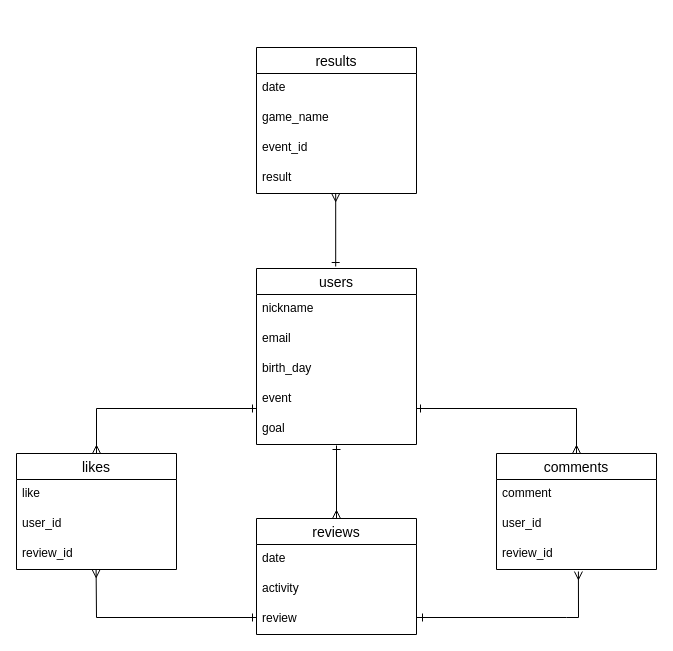
Before: original.dio in yuyunaginagi/original-40237, a draw.io diagram. Source tidied: cells renumbered, new cells numbered last; positions are measured from the earlier drawing's top-left corner, leaving out a move shared by most shapes. Both pictures are drawn from the tidied source at 100%, with x=0, y=0 at pixel (16, 47).
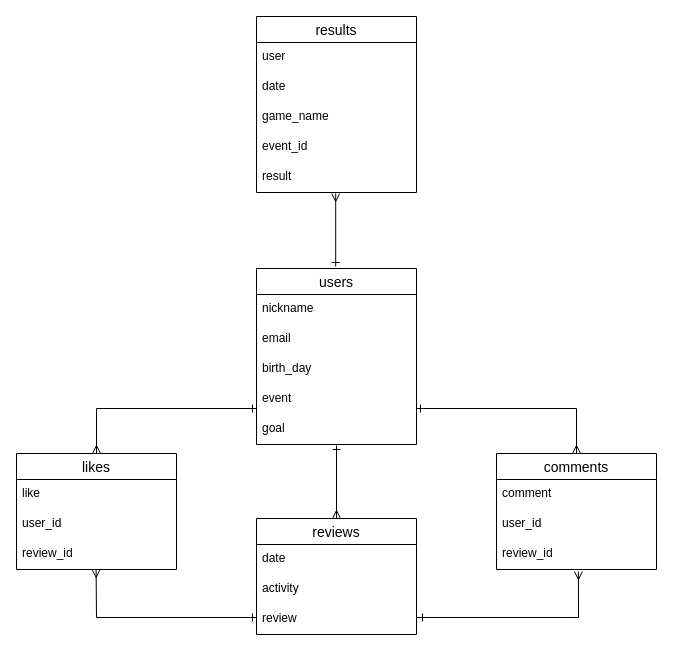
Above is the later version.

The edit, as a diff of the source:
```diff
@@
     <mxCell id="8" value="results" style="swimlane;fontStyle=0;horizontal=1;startSize=26;align=center;fontSize=14;" parent="1" vertex="1">
-      <mxGeometry x="240" width="160" height="146" as="geometry" />
+      <mxGeometry x="240" y="-31" width="160" height="176" as="geometry" />
     </mxCell>
-    <mxCell id="9" value="date" style="text;strokeColor=none;fillColor=none;spacingLeft=4;spacingRight=4;overflow=hidden;fontSize=12;" parent="8" vertex="1">
+    <mxCell id="9" value="user" style="text;strokeColor=none;fillColor=none;spacingLeft=4;spacingRight=4;overflow=hidden;fontSize=12;" parent="8" vertex="1">
       <mxGeometry y="26" width="160" height="30" as="geometry" />
     </mxCell>
+    <mxCell id="31" value="date" style="text;strokeColor=none;fillColor=none;spacingLeft=4;spacingRight=4;overflow=hidden;fontSize=12;" parent="8" vertex="1">
+      <mxGeometry y="56" width="160" height="30" as="geometry" />
+    </mxCell>
     <mxCell id="10" value="game_name" style="text;strokeColor=none;fillColor=none;spacingLeft=4;spacingRight=4;overflow=hidden;fontSize=12;" parent="8" vertex="1">
-      <mxGeometry y="56" width="160" height="30" as="geometry" />
+      <mxGeometry y="86" width="160" height="30" as="geometry" />
     </mxCell>
     <mxCell id="11" value="event_id" style="text;strokeColor=none;fillColor=none;spacingLeft=4;spacingRight=4;overflow=hidden;fontSize=12;" parent="8" vertex="1">
-      <mxGeometry y="86" width="160" height="30" as="geometry" />
+      <mxGeometry y="116" width="160" height="30" as="geometry" />
     </mxCell>
     <mxCell id="12" value="result" style="text;strokeColor=none;fillColor=none;spacingLeft=4;spacingRight=4;overflow=hidden;fontSize=12;" parent="8" vertex="1">
-      <mxGeometry y="116" width="160" height="30" as="geometry" />
+      <mxGeometry y="146" width="160" height="30" as="geometry" />
     </mxCell>
```
